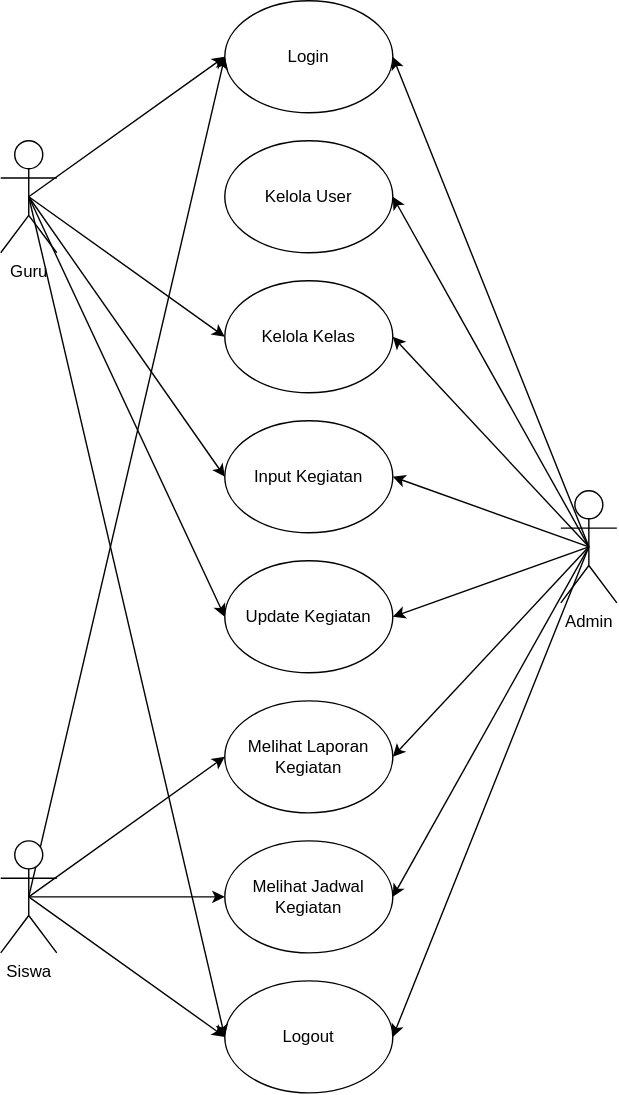
Earlier version of the draw.io export Docs/Usecase.drawio.svg (SukaMCD/Aplikasi-Guru). Source tidied: cells renumbered, new cells last; positions are measured from the earlier drawing's top-left corner, leaving out a move shared by most shapes.
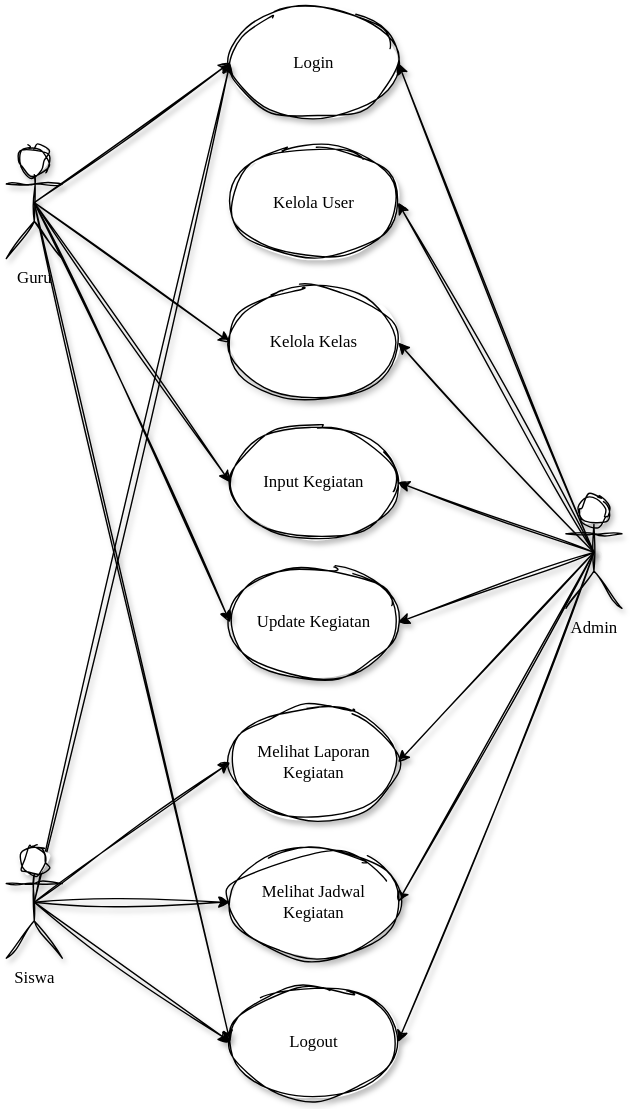
Above is the later version.

Diff of the diagram source:
```diff
@@ -2,90 +2,90 @@
   <root>
     <mxCell id="0" />
     <mxCell id="1" parent="0" />
-    <mxCell id="2" value="Login" style="ellipse;whiteSpace=wrap;html=1;" parent="1" vertex="1">
+    <mxCell id="2" value="Login" style="ellipse;whiteSpace=wrap;html=1;sketch=1;curveFitting=1;jiggle=2;shadow=1;fontFamily=Times New Roman;labelBackgroundColor=none;" parent="1" vertex="1">
       <mxGeometry x="160" width="120" height="80" as="geometry" />
     </mxCell>
-    <mxCell id="3" value="Kelola User" style="ellipse;whiteSpace=wrap;html=1;" parent="1" vertex="1">
+    <mxCell id="3" value="Kelola User" style="ellipse;whiteSpace=wrap;html=1;sketch=1;curveFitting=1;jiggle=2;shadow=1;fontFamily=Times New Roman;labelBackgroundColor=none;" parent="1" vertex="1">
       <mxGeometry x="160" y="100" width="120" height="80" as="geometry" />
     </mxCell>
-    <mxCell id="4" value="Kelola Kelas" style="ellipse;whiteSpace=wrap;html=1;" parent="1" vertex="1">
+    <mxCell id="4" value="Kelola Kelas" style="ellipse;whiteSpace=wrap;html=1;sketch=1;curveFitting=1;jiggle=2;shadow=1;fontFamily=Times New Roman;labelBackgroundColor=none;" parent="1" vertex="1">
       <mxGeometry x="160" y="200" width="120" height="80" as="geometry" />
     </mxCell>
-    <mxCell id="5" value="Input Kegiatan" style="ellipse;whiteSpace=wrap;html=1;" parent="1" vertex="1">
+    <mxCell id="5" value="Input Kegiatan" style="ellipse;whiteSpace=wrap;html=1;sketch=1;curveFitting=1;jiggle=2;shadow=1;fontFamily=Times New Roman;labelBackgroundColor=none;" parent="1" vertex="1">
       <mxGeometry x="160" y="300" width="120" height="80" as="geometry" />
     </mxCell>
-    <mxCell id="6" value="Update Kegiatan" style="ellipse;whiteSpace=wrap;html=1;" parent="1" vertex="1">
+    <mxCell id="6" value="Update Kegiatan" style="ellipse;whiteSpace=wrap;html=1;sketch=1;curveFitting=1;jiggle=2;shadow=1;fontFamily=Times New Roman;labelBackgroundColor=none;" parent="1" vertex="1">
       <mxGeometry x="160" y="400" width="120" height="80" as="geometry" />
     </mxCell>
-    <mxCell id="7" value="Melihat Laporan Kegiatan" style="ellipse;whiteSpace=wrap;html=1;" parent="1" vertex="1">
+    <mxCell id="7" value="Melihat Laporan Kegiatan" style="ellipse;whiteSpace=wrap;html=1;sketch=1;curveFitting=1;jiggle=2;shadow=1;fontFamily=Times New Roman;labelBackgroundColor=none;" parent="1" vertex="1">
       <mxGeometry x="160" y="500" width="120" height="80" as="geometry" />
     </mxCell>
-    <mxCell id="8" value="Melihat Jadwal Kegiatan" style="ellipse;whiteSpace=wrap;html=1;" parent="1" vertex="1">
+    <mxCell id="8" value="Melihat Jadwal Kegiatan" style="ellipse;whiteSpace=wrap;html=1;sketch=1;curveFitting=1;jiggle=2;shadow=1;fontFamily=Times New Roman;labelBackgroundColor=none;" parent="1" vertex="1">
       <mxGeometry x="160" y="600" width="120" height="80" as="geometry" />
     </mxCell>
-    <mxCell id="9" value="Logout" style="ellipse;whiteSpace=wrap;html=1;" parent="1" vertex="1">
+    <mxCell id="9" value="Logout" style="ellipse;whiteSpace=wrap;html=1;sketch=1;curveFitting=1;jiggle=2;shadow=1;fontFamily=Times New Roman;labelBackgroundColor=none;" parent="1" vertex="1">
       <mxGeometry x="160" y="700" width="120" height="80" as="geometry" />
     </mxCell>
-    <mxCell id="10" style="edgeStyle=none;html=1;exitX=0.5;exitY=0.5;exitDx=0;exitDy=0;exitPerimeter=0;entryX=1;entryY=0.5;entryDx=0;entryDy=0;" parent="1" edge="1" source="18" target="2">
+    <mxCell id="10" style="edgeStyle=none;html=1;exitX=0.5;exitY=0.5;exitDx=0;exitDy=0;exitPerimeter=0;entryX=1;entryY=0.5;entryDx=0;entryDy=0;sketch=1;curveFitting=1;jiggle=2;shadow=1;fontFamily=Times New Roman;labelBackgroundColor=none;fontColor=light-dark(#000000,#000000);" parent="1" edge="1" source="18" target="2">
       <mxGeometry relative="1" as="geometry" />
     </mxCell>
-    <mxCell id="11" style="edgeStyle=none;html=1;exitX=0.5;exitY=0.5;exitDx=0;exitDy=0;exitPerimeter=0;entryX=1;entryY=0.5;entryDx=0;entryDy=0;" parent="1" edge="1" source="18" target="3">
+    <mxCell id="11" style="edgeStyle=none;html=1;exitX=0.5;exitY=0.5;exitDx=0;exitDy=0;exitPerimeter=0;entryX=1;entryY=0.5;entryDx=0;entryDy=0;sketch=1;curveFitting=1;jiggle=2;shadow=1;fontFamily=Times New Roman;labelBackgroundColor=none;fontColor=light-dark(#000000,#000000);" parent="1" edge="1" source="18" target="3">
       <mxGeometry relative="1" as="geometry" />
     </mxCell>
-    <mxCell id="12" style="edgeStyle=none;html=1;exitX=0.5;exitY=0.5;exitDx=0;exitDy=0;exitPerimeter=0;entryX=1;entryY=0.5;entryDx=0;entryDy=0;" parent="1" edge="1" source="18" target="5">
+    <mxCell id="12" style="edgeStyle=none;html=1;exitX=0.5;exitY=0.5;exitDx=0;exitDy=0;exitPerimeter=0;entryX=1;entryY=0.5;entryDx=0;entryDy=0;sketch=1;curveFitting=1;jiggle=2;shadow=1;fontFamily=Times New Roman;labelBackgroundColor=none;fontColor=light-dark(#000000,#000000);" parent="1" edge="1" source="18" target="5">
       <mxGeometry relative="1" as="geometry" />
     </mxCell>
-    <mxCell id="13" style="edgeStyle=none;html=1;exitX=0.5;exitY=0.5;exitDx=0;exitDy=0;exitPerimeter=0;entryX=1;entryY=0.5;entryDx=0;entryDy=0;" parent="1" edge="1" source="18" target="6">
+    <mxCell id="13" style="edgeStyle=none;html=1;exitX=0.5;exitY=0.5;exitDx=0;exitDy=0;exitPerimeter=0;entryX=1;entryY=0.5;entryDx=0;entryDy=0;sketch=1;curveFitting=1;jiggle=2;shadow=1;fontFamily=Times New Roman;labelBackgroundColor=none;fontColor=light-dark(#000000,#000000);" parent="1" edge="1" source="18" target="6">
       <mxGeometry relative="1" as="geometry" />
     </mxCell>
-    <mxCell id="14" style="edgeStyle=none;html=1;exitX=0.5;exitY=0.5;exitDx=0;exitDy=0;exitPerimeter=0;entryX=1;entryY=0.5;entryDx=0;entryDy=0;" parent="1" edge="1" source="18" target="7">
+    <mxCell id="14" style="edgeStyle=none;html=1;exitX=0.5;exitY=0.5;exitDx=0;exitDy=0;exitPerimeter=0;entryX=1;entryY=0.5;entryDx=0;entryDy=0;sketch=1;curveFitting=1;jiggle=2;shadow=1;fontFamily=Times New Roman;labelBackgroundColor=none;fontColor=light-dark(#000000,#000000);" parent="1" edge="1" source="18" target="7">
       <mxGeometry relative="1" as="geometry" />
     </mxCell>
-    <mxCell id="15" style="edgeStyle=none;html=1;exitX=0.5;exitY=0.5;exitDx=0;exitDy=0;exitPerimeter=0;entryX=1;entryY=0.5;entryDx=0;entryDy=0;" parent="1" edge="1" source="18" target="8">
+    <mxCell id="15" style="edgeStyle=none;html=1;exitX=0.5;exitY=0.5;exitDx=0;exitDy=0;exitPerimeter=0;entryX=1;entryY=0.5;entryDx=0;entryDy=0;sketch=1;curveFitting=1;jiggle=2;shadow=1;fontFamily=Times New Roman;labelBackgroundColor=none;fontColor=light-dark(#000000,#000000);" parent="1" edge="1" source="18" target="8">
       <mxGeometry relative="1" as="geometry" />
     </mxCell>
-    <mxCell id="16" style="edgeStyle=none;html=1;exitX=0.5;exitY=0.5;exitDx=0;exitDy=0;exitPerimeter=0;entryX=1;entryY=0.5;entryDx=0;entryDy=0;" parent="1" edge="1" source="18" target="9">
+    <mxCell id="16" style="edgeStyle=none;html=1;exitX=0.5;exitY=0.5;exitDx=0;exitDy=0;exitPerimeter=0;entryX=1;entryY=0.5;entryDx=0;entryDy=0;sketch=1;curveFitting=1;jiggle=2;shadow=1;fontFamily=Times New Roman;labelBackgroundColor=none;fontColor=light-dark(#000000,#000000);" parent="1" edge="1" source="18" target="9">
       <mxGeometry relative="1" as="geometry" />
     </mxCell>
-    <mxCell id="17" style="edgeStyle=none;html=1;exitX=0.5;exitY=0.5;exitDx=0;exitDy=0;exitPerimeter=0;entryX=1;entryY=0.5;entryDx=0;entryDy=0;" parent="1" edge="1" source="18" target="4">
+    <mxCell id="17" style="edgeStyle=none;html=1;exitX=0.5;exitY=0.5;exitDx=0;exitDy=0;exitPerimeter=0;entryX=1;entryY=0.5;entryDx=0;entryDy=0;sketch=1;curveFitting=1;jiggle=2;shadow=1;fontFamily=Times New Roman;labelBackgroundColor=none;fontColor=light-dark(#000000,#000000);" parent="1" edge="1" source="18" target="4">
       <mxGeometry relative="1" as="geometry" />
     </mxCell>
-    <mxCell id="18" value="Admin" style="shape=umlActor;verticalLabelPosition=bottom;verticalAlign=top;html=1;outlineConnect=0;" parent="1" vertex="1">
+    <mxCell id="18" value="Admin" style="shape=umlActor;verticalLabelPosition=bottom;verticalAlign=top;html=1;outlineConnect=0;sketch=1;curveFitting=1;jiggle=2;shadow=1;fontFamily=Times New Roman;labelBackgroundColor=none;" parent="1" vertex="1">
       <mxGeometry x="400" y="350" width="40" height="80" as="geometry" />
     </mxCell>
-    <mxCell id="19" style="edgeStyle=none;html=1;exitX=0.5;exitY=0.5;exitDx=0;exitDy=0;exitPerimeter=0;entryX=0;entryY=0.5;entryDx=0;entryDy=0;" parent="1" edge="1" source="23" target="2">
+    <mxCell id="19" style="edgeStyle=none;html=1;exitX=0.5;exitY=0.5;exitDx=0;exitDy=0;exitPerimeter=0;entryX=0;entryY=0.5;entryDx=0;entryDy=0;sketch=1;curveFitting=1;jiggle=2;shadow=1;fontFamily=Times New Roman;labelBackgroundColor=none;fontColor=light-dark(#000000,#000000);" parent="1" edge="1" source="23" target="2">
       <mxGeometry relative="1" as="geometry" />
     </mxCell>
-    <mxCell id="20" style="edgeStyle=none;html=1;exitX=0.5;exitY=0.5;exitDx=0;exitDy=0;exitPerimeter=0;" parent="1" edge="1" source="23">
+    <mxCell id="20" style="edgeStyle=none;html=1;exitX=0.5;exitY=0.5;exitDx=0;exitDy=0;exitPerimeter=0;sketch=1;curveFitting=1;jiggle=2;shadow=1;fontFamily=Times New Roman;labelBackgroundColor=none;fontColor=light-dark(#000000,#000000);" parent="1" edge="1" source="23">
       <mxGeometry relative="1" as="geometry">
         <mxPoint x="160" y="740" as="targetPoint" />
       </mxGeometry>
     </mxCell>
-    <mxCell id="21" style="edgeStyle=none;html=1;exitX=0.5;exitY=0.5;exitDx=0;exitDy=0;exitPerimeter=0;entryX=0;entryY=0.5;entryDx=0;entryDy=0;" parent="1" edge="1" source="23" target="7">
+    <mxCell id="21" style="edgeStyle=none;html=1;exitX=0.5;exitY=0.5;exitDx=0;exitDy=0;exitPerimeter=0;entryX=0;entryY=0.5;entryDx=0;entryDy=0;sketch=1;curveFitting=1;jiggle=2;shadow=1;fontFamily=Times New Roman;labelBackgroundColor=none;fontColor=light-dark(#000000,#000000);" parent="1" edge="1" source="23" target="7">
       <mxGeometry relative="1" as="geometry" />
     </mxCell>
-    <mxCell id="22" style="edgeStyle=none;html=1;exitX=0.5;exitY=0.5;exitDx=0;exitDy=0;exitPerimeter=0;entryX=0;entryY=0.5;entryDx=0;entryDy=0;" parent="1" edge="1" source="23" target="8">
+    <mxCell id="22" style="edgeStyle=none;html=1;exitX=0.5;exitY=0.5;exitDx=0;exitDy=0;exitPerimeter=0;entryX=0;entryY=0.5;entryDx=0;entryDy=0;sketch=1;curveFitting=1;jiggle=2;shadow=1;fontFamily=Times New Roman;labelBackgroundColor=none;fontColor=light-dark(#000000,#000000);" parent="1" edge="1" source="23" target="8">
       <mxGeometry relative="1" as="geometry" />
     </mxCell>
-    <mxCell id="23" value="Siswa" style="shape=umlActor;verticalLabelPosition=bottom;verticalAlign=top;html=1;outlineConnect=0;" parent="1" vertex="1">
+    <mxCell id="23" value="Siswa" style="shape=umlActor;verticalLabelPosition=bottom;verticalAlign=top;html=1;outlineConnect=0;sketch=1;curveFitting=1;jiggle=2;shadow=1;fontFamily=Times New Roman;labelBackgroundColor=none;" parent="1" vertex="1">
       <mxGeometry y="600" width="40" height="80" as="geometry" />
     </mxCell>
-    <mxCell id="24" style="edgeStyle=none;html=1;exitX=0.5;exitY=0.5;exitDx=0;exitDy=0;exitPerimeter=0;entryX=0;entryY=0.5;entryDx=0;entryDy=0;" parent="1" edge="1" source="29" target="2">
+    <mxCell id="24" style="edgeStyle=none;html=1;exitX=0.5;exitY=0.5;exitDx=0;exitDy=0;exitPerimeter=0;entryX=0;entryY=0.5;entryDx=0;entryDy=0;sketch=1;curveFitting=1;jiggle=2;shadow=1;fontFamily=Times New Roman;labelBackgroundColor=none;fontColor=light-dark(#000000,#000000);" parent="1" edge="1" source="29" target="2">
       <mxGeometry relative="1" as="geometry" />
     </mxCell>
-    <mxCell id="25" style="edgeStyle=none;html=1;exitX=0.5;exitY=0.5;exitDx=0;exitDy=0;exitPerimeter=0;entryX=0;entryY=0.5;entryDx=0;entryDy=0;" parent="1" edge="1" source="29" target="9">
+    <mxCell id="25" style="edgeStyle=none;html=1;exitX=0.5;exitY=0.5;exitDx=0;exitDy=0;exitPerimeter=0;entryX=0;entryY=0.5;entryDx=0;entryDy=0;sketch=1;curveFitting=1;jiggle=2;shadow=1;fontFamily=Times New Roman;labelBackgroundColor=none;fontColor=light-dark(#000000,#000000);" parent="1" edge="1" source="29" target="9">
       <mxGeometry relative="1" as="geometry" />
     </mxCell>
-    <mxCell id="26" style="edgeStyle=none;html=1;exitX=0.5;exitY=0.5;exitDx=0;exitDy=0;exitPerimeter=0;entryX=0;entryY=0.5;entryDx=0;entryDy=0;" parent="1" edge="1" source="29" target="4">
+    <mxCell id="26" style="edgeStyle=none;html=1;exitX=0.5;exitY=0.5;exitDx=0;exitDy=0;exitPerimeter=0;entryX=0;entryY=0.5;entryDx=0;entryDy=0;sketch=1;curveFitting=1;jiggle=2;shadow=1;fontFamily=Times New Roman;labelBackgroundColor=none;fontColor=light-dark(#000000,#000000);" parent="1" edge="1" source="29" target="4">
       <mxGeometry relative="1" as="geometry" />
     </mxCell>
-    <mxCell id="27" style="edgeStyle=none;html=1;exitX=0.5;exitY=0.5;exitDx=0;exitDy=0;exitPerimeter=0;entryX=0;entryY=0.5;entryDx=0;entryDy=0;" parent="1" edge="1" source="29" target="5">
+    <mxCell id="27" style="edgeStyle=none;html=1;exitX=0.5;exitY=0.5;exitDx=0;exitDy=0;exitPerimeter=0;entryX=0;entryY=0.5;entryDx=0;entryDy=0;sketch=1;curveFitting=1;jiggle=2;shadow=1;fontFamily=Times New Roman;labelBackgroundColor=none;fontColor=light-dark(#000000,#000000);" parent="1" edge="1" source="29" target="5">
       <mxGeometry relative="1" as="geometry" />
     </mxCell>
-    <mxCell id="28" style="edgeStyle=none;html=1;exitX=0.5;exitY=0.5;exitDx=0;exitDy=0;exitPerimeter=0;entryX=0;entryY=0.5;entryDx=0;entryDy=0;" parent="1" edge="1" source="29" target="6">
+    <mxCell id="28" style="edgeStyle=none;html=1;exitX=0.5;exitY=0.5;exitDx=0;exitDy=0;exitPerimeter=0;entryX=0;entryY=0.5;entryDx=0;entryDy=0;sketch=1;curveFitting=1;jiggle=2;shadow=1;fontFamily=Times New Roman;labelBackgroundColor=none;fontColor=light-dark(#000000,#000000);" parent="1" edge="1" source="29" target="6">
       <mxGeometry relative="1" as="geometry" />
     </mxCell>
-    <mxCell id="29" value="Guru" style="shape=umlActor;verticalLabelPosition=bottom;verticalAlign=top;html=1;outlineConnect=0;" parent="1" vertex="1">
+    <mxCell id="29" value="Guru" style="shape=umlActor;verticalLabelPosition=bottom;verticalAlign=top;html=1;outlineConnect=0;sketch=1;curveFitting=1;jiggle=2;shadow=1;fontFamily=Times New Roman;labelBackgroundColor=none;" parent="1" vertex="1">
       <mxGeometry y="100" width="40" height="80" as="geometry" />
     </mxCell>
   </root>
```
